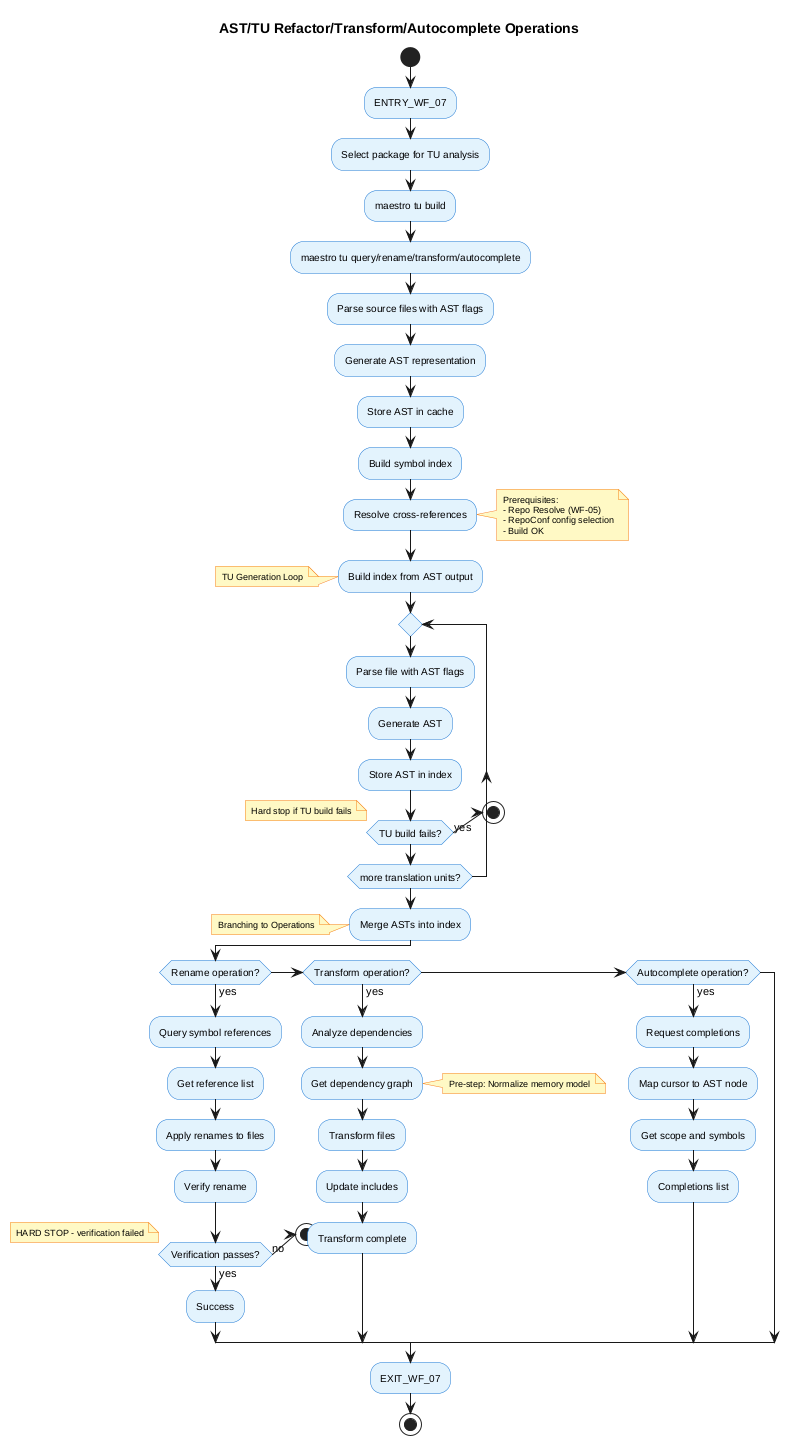
Before: docs/workflows/scenario_07_ast_tu_refactor_transform_autocomplete.png, a diagram exported from PlantUML (SeppoPakonen/Maestro). The source it was exported from:
```plantuml
@startuml
!include _shared.puml

title AST/TU Refactor/Transform/Autocomplete Operations

start
:ENTRY_WF_07;

:Select package for TU analysis;
:maestro tu build;
:maestro tu query/rename/transform/autocomplete;

:Parse source files with AST flags;
:Generate AST representation;

:Store AST in cache;
:Build symbol index;
:Resolve cross-references;

note right
  Prerequisites:
  - Repo Resolve (WF-05)
  - RepoConf config selection
  - Build OK
end note

:Build index from AST output;

note left: TU Generation Loop
repeat
  :Parse file with AST flags;
  :Generate AST;
  :Store AST in index;
  if (TU build fails?) then (yes)
    note right: Hard stop if TU build fails
    stop
  endif
repeat while (more translation units?)

:Merge ASTs into index;

note left: Branching to Operations
if (Rename operation?) then (yes)
  :Query symbol references;
  :Get reference list;
  :Apply renames to files;
  :Verify rename;
  if (Verification passes?) then (yes)
    :Success;
  else (no)
    note right: HARD STOP - verification failed
    stop
  endif
elseif (Transform operation?) then (yes)
  :Analyze dependencies;
  :Get dependency graph;
  note right: Pre-step: Normalize memory model
  :Transform files;
  :Update includes;
  :Transform complete;
elseif (Autocomplete operation?) then (yes)
  :Request completions;
  :Map cursor to AST node;
  :Get scope and symbols;
  :Completions list;
endif

note right
  All operations have hard stops
  for TU build failures,
  symbol ambiguities,
  and verification failures
end note

:EXIT_WF_07;
stop

@enduml
```
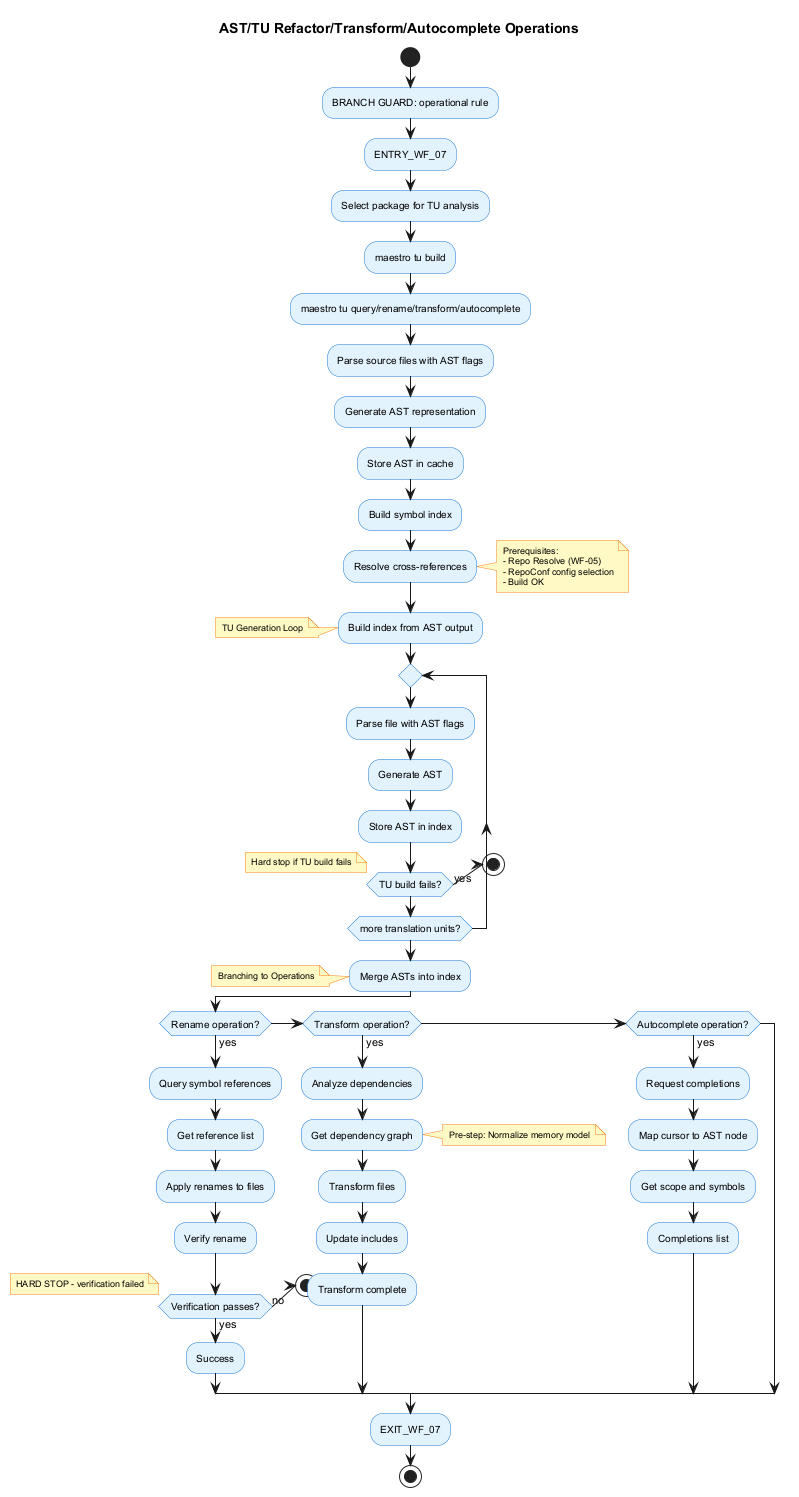
The same diagram one commit later.

Change to the diagram source:
```diff
@@ -4,6 +4,7 @@
 title AST/TU Refactor/Transform/Autocomplete Operations
 
 start
+BRANCH_GUARD("operational rule")
 :ENTRY_WF_07;
 
 :Select package for TU analysis;
```
